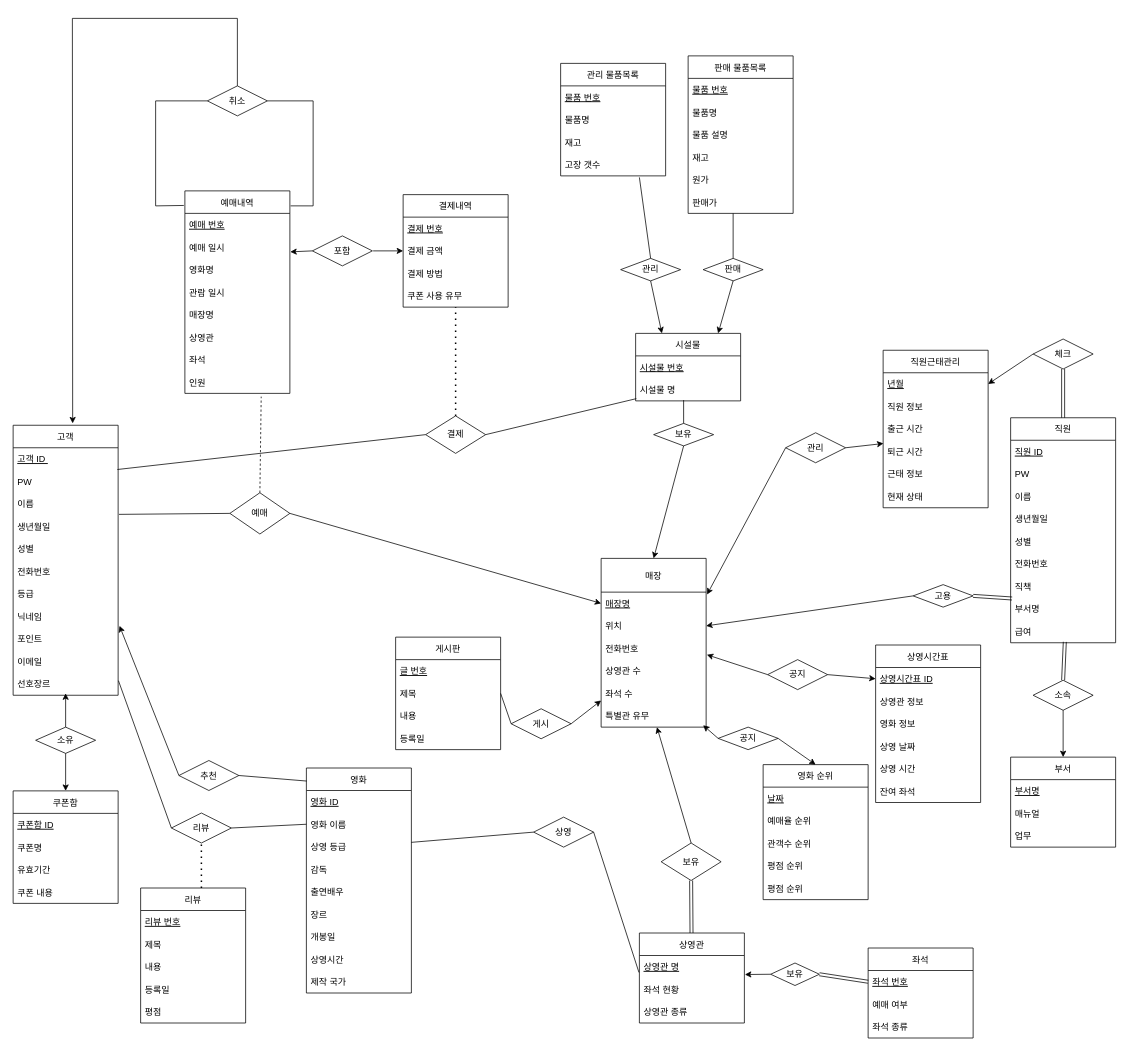
chacha0707/db keeps this draw.io diagram as page "E-R" (1 of 2) of 영화관 merged.drawio. Above is the earlier version. Source tidied: cells renumbered, new cells numbered last; positions are measured from the earlier drawing's top-left corner, leaving out a move shared by most shapes. Both pictures are drawn from the tidied source at 75%, with x=0, y=0 at pixel (13, 18).
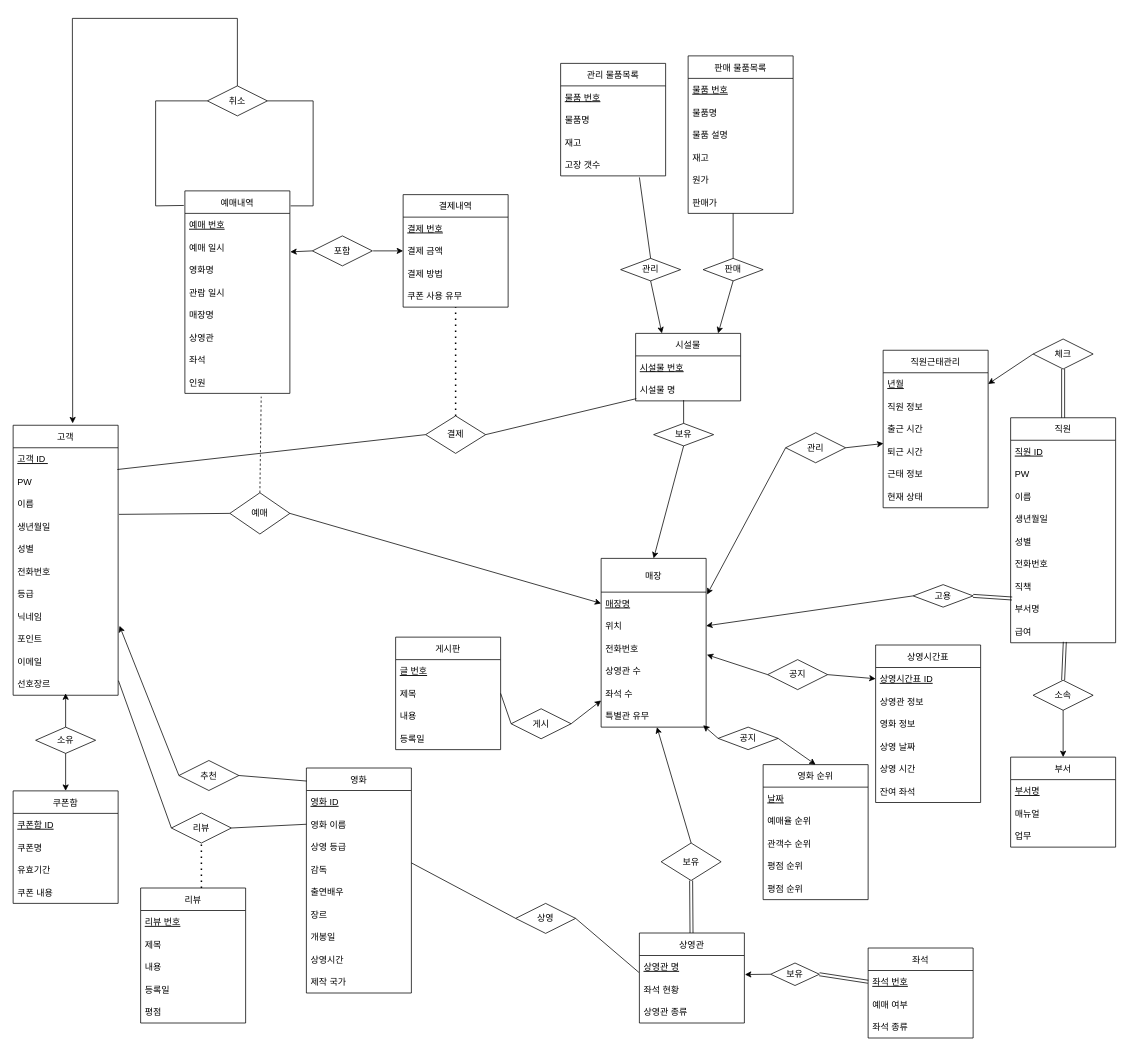
The same page after the edit.

The change refers to these unchanged cells:
```xml
<mxCell id="5" value="상영 등급" style="text;strokeColor=none;fillColor=none;align=left;verticalAlign=middle;spacingLeft=4;spacingRight=4;overflow=hidden;points=[[0,0.5],[1,0.5]];portConstraint=eastwest;" parent="2" vertex="1">
  <mxGeometry y="90" width="140" height="30" as="geometry" />
</mxCell>
<mxCell id="6" value="감독" style="text;strokeColor=none;fillColor=none;align=left;verticalAlign=middle;spacingLeft=4;spacingRight=4;overflow=hidden;points=[[0,0.5],[1,0.5]];portConstraint=eastwest;" parent="2" vertex="1">
  <mxGeometry y="120" width="140" height="30" as="geometry" />
</mxCell>
```

Change to the diagram source:
```diff
@@
     <mxCell id="132" value="상영" style="rhombus;whiteSpace=wrap;html=1;" parent="1" vertex="1">
-      <mxGeometry x="694" y="1065" width="80" height="40" as="geometry" />
+      <mxGeometry x="670" y="1180" width="80" height="40" as="geometry" />
     </mxCell>
@@
-    <mxCell id="137" style="endArrow=none;html=1;rounded=0;entryX=0;entryY=0.5;entryDx=0;entryDy=0;" parent="1" edge="1" source="5" target="132">
+    <mxCell id="137" style="endArrow=none;html=1;rounded=0;entryX=0;entryY=0.5;entryDx=0;entryDy=0;exitX=1;exitY=0.217;exitDx=0;exitDy=0;exitPerimeter=0;" parent="1" edge="1" source="6" target="132">
       <mxGeometry relative="1" as="geometry" />
     </mxCell>
```
